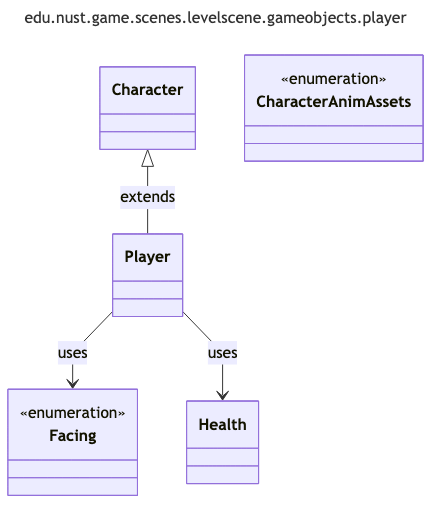
The Mermaid diagram uml/generated/png/package_edu_nust_game_scenes_levelscene_gameobjects_player.png in zombie-zero-nust/zombie-zero, before a commit. Its source is kept beside it as uml/generated/mmd/package_edu_nust_game_scenes_levelscene_gameobjects_player.mmd.
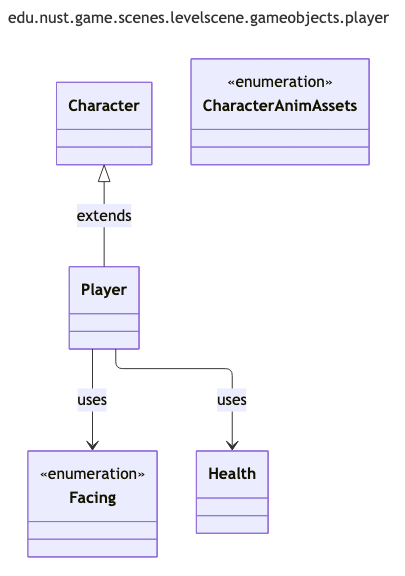
Later version of the same file.

Change to the diagram source:
```diff
@@ -2,18 +2,18 @@
 title: edu.nust.game.scenes.levelscene.gameobjects.player
 config:
   look: classic
-  layout: dagre
+  layout: elk
   flowchart:
     curve: linear
   class:
     defaultRenderer: dagre-wrapper
 ---
 classDiagram
-class Player
-class Health
-class Facing <<enumeration>>
-class Character
-class CharacterAnimAssets <<enumeration>>
+  class Player
+  class Health
+  class Character
+  class Facing <<enumeration>>
+  class CharacterAnimAssets <<enumeration>>
 Character <|-- Player : extends
 Player --> Facing : uses
 Player --> Health : uses
```
